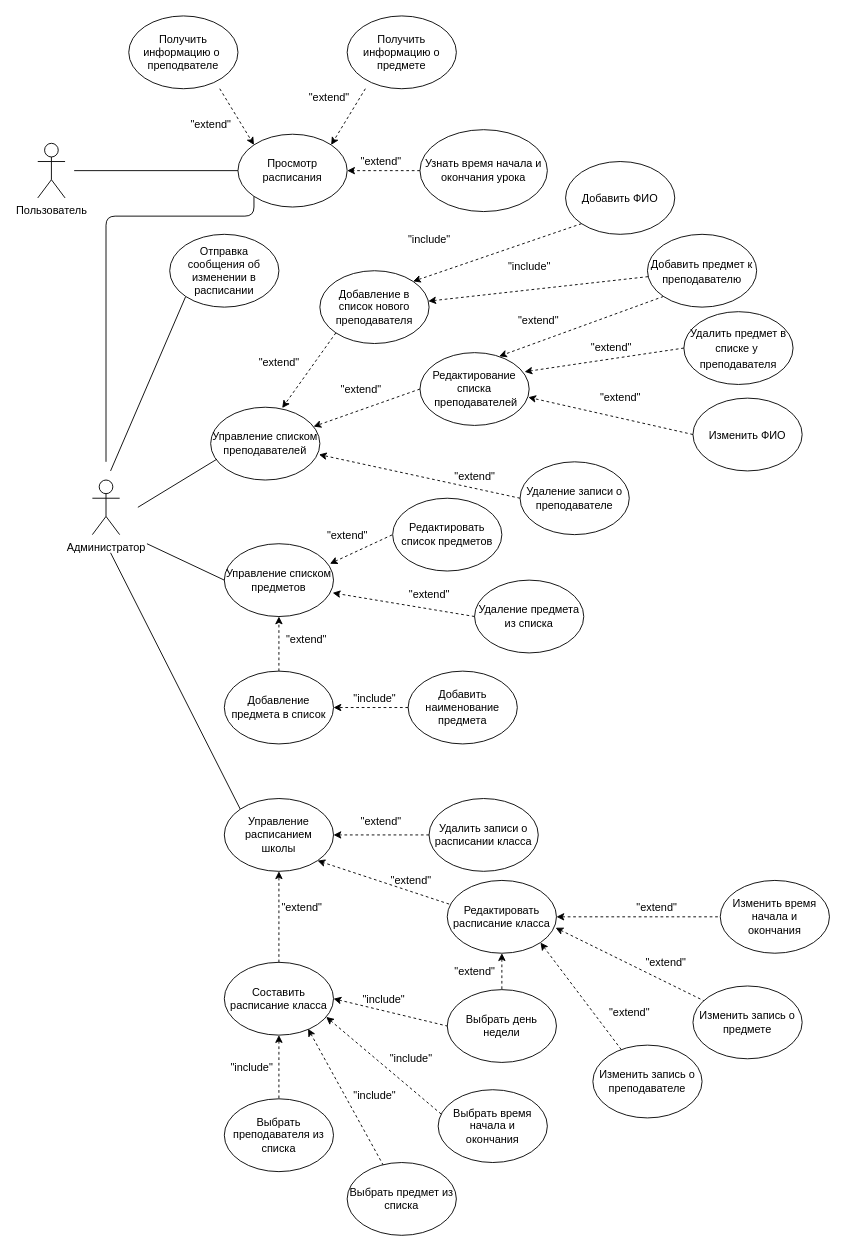
D-Black-N/TRPS keeps this draw.io diagram as диаграмма_вариантов_использования.drawio. Above is the earlier version. Source tidied: cells renumbered, new cells numbered last; positions are measured from the earlier drawing's top-left corner, leaving out a move shared by most shapes. Both pictures are drawn from the tidied source at 91%, with x=0, y=0 at pixel (37, 15).
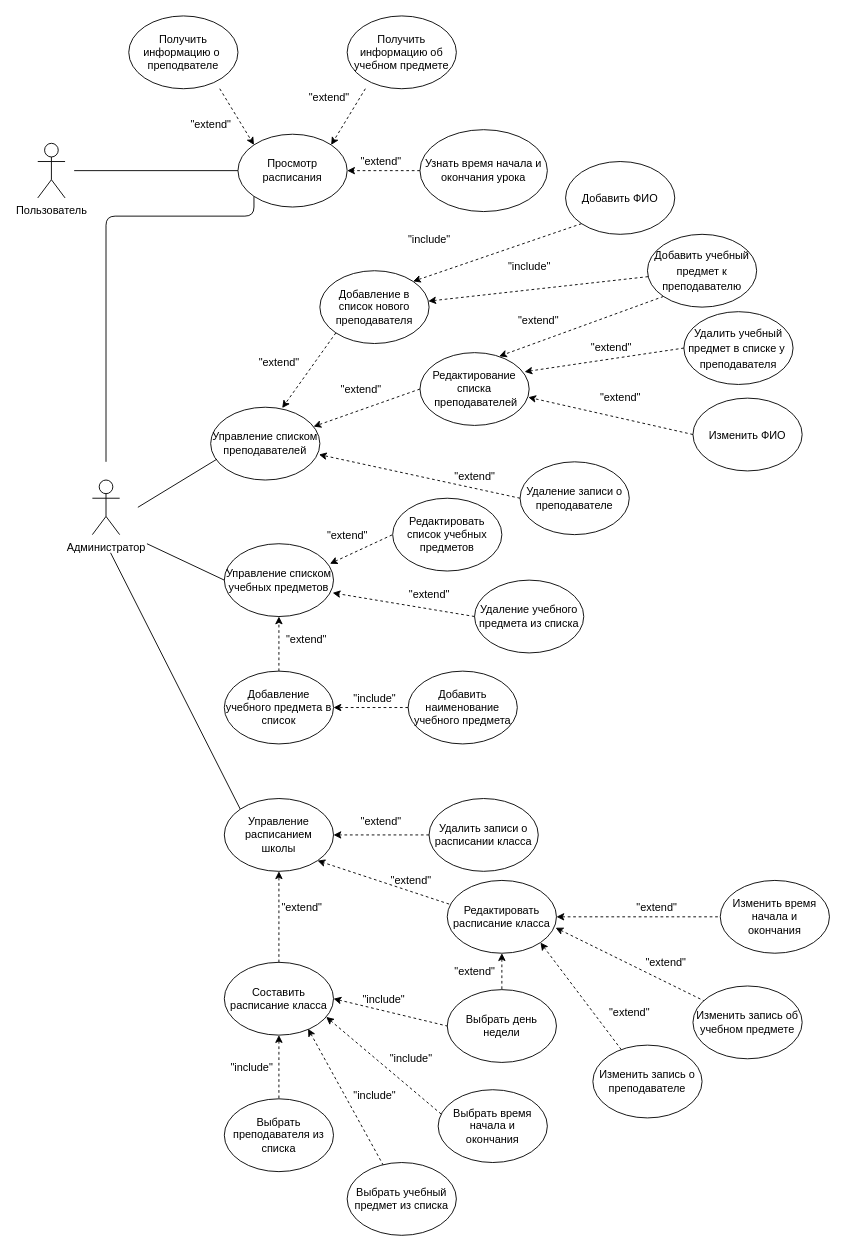
The same page after the edit.

Diff of the diagram source:
```diff
@@
-    <mxCell id="7" value="Получить информацию о предмете" style="ellipse;whiteSpace=wrap;html=1;strokeWidth=1;" parent="1" vertex="1">
+    <mxCell id="7" value="Получить информацию об учебном предмете" style="ellipse;whiteSpace=wrap;html=1;strokeWidth=1;" parent="1" vertex="1">
       <mxGeometry x="340" width="120" height="80" as="geometry" />
     </mxCell>
@@
-    <mxCell id="12" style="endArrow=none;html=1;strokeWidth=1;exitX=0;exitY=1;exitDx=0;exitDy=0;rounded=1;" parent="1" edge="1" source="13">
-      <mxGeometry relative="1" as="geometry">
-        <mxPoint x="80" y="500" as="targetPoint" />
-      </mxGeometry>
-    </mxCell>
-    <mxCell id="13" value="Отправка сообщения об изменении в расписании" style="ellipse;whiteSpace=wrap;html=1;strokeWidth=1;" parent="1" vertex="1">
-      <mxGeometry x="145" y="240" width="120" height="80" as="geometry" />
-    </mxCell>
@@
-    <mxCell id="17" value="&lt;font style=&quot;font-size: 12px&quot;&gt;Добавить предмет к преподавателю&lt;/font&gt;" style="ellipse;whiteSpace=wrap;html=1;fontFamily=Helvetica;fontSize=14;strokeWidth=1;" parent="1" vertex="1">
+    <mxCell id="17" value="&lt;font style=&quot;font-size: 12px&quot;&gt;Добавить учебный предмет к преподавателю&lt;/font&gt;" style="ellipse;whiteSpace=wrap;html=1;fontFamily=Helvetica;fontSize=14;strokeWidth=1;" parent="1" vertex="1">
       <mxGeometry x="670" y="240" width="120" height="80" as="geometry" />
     </mxCell>
@@
-    <mxCell id="22" value="Управление списком предметов" style="ellipse;whiteSpace=wrap;html=1;fontFamily=Helvetica;fontSize=12;strokeWidth=1;" parent="1" vertex="1">
+    <mxCell id="22" value="Управление списком учебных предметов" style="ellipse;whiteSpace=wrap;html=1;fontFamily=Helvetica;fontSize=12;strokeWidth=1;" parent="1" vertex="1">
       <mxGeometry x="205" y="580" width="120" height="80" as="geometry" />
     </mxCell>
@@
-    <mxCell id="24" value="Добавление предмета в список" style="ellipse;whiteSpace=wrap;html=1;fontFamily=Helvetica;fontSize=12;strokeWidth=1;" parent="1" vertex="1">
+    <mxCell id="24" value="Добавление учебного предмета в список" style="ellipse;whiteSpace=wrap;html=1;fontFamily=Helvetica;fontSize=12;strokeWidth=1;" parent="1" vertex="1">
       <mxGeometry x="205" y="720" width="120" height="80" as="geometry" />
     </mxCell>
@@
-    <mxCell id="30" value="Редактировать список предметов" style="ellipse;whiteSpace=wrap;html=1;fontFamily=Helvetica;fontSize=12;strokeWidth=1;" parent="1" vertex="1">
+    <mxCell id="30" value="Редактировать список учебных предметов" style="ellipse;whiteSpace=wrap;html=1;fontFamily=Helvetica;fontSize=12;strokeWidth=1;" parent="1" vertex="1">
       <mxGeometry x="390" y="530" width="120" height="80" as="geometry" />
     </mxCell>
-    <mxCell id="31" value="Удаление предмета из списка" style="ellipse;whiteSpace=wrap;html=1;fontFamily=Helvetica;fontSize=12;strokeWidth=1;" parent="1" vertex="1">
+    <mxCell id="31" value="Удаление учебного предмета из списка" style="ellipse;whiteSpace=wrap;html=1;fontFamily=Helvetica;fontSize=12;strokeWidth=1;" parent="1" vertex="1">
       <mxGeometry x="480" y="620" width="120" height="80" as="geometry" />
     </mxCell>
@@
-    <mxCell id="40" value="&lt;font style=&quot;font-size: 12px&quot;&gt;Удалить предмет в списке у&amp;nbsp; преподавателя&lt;/font&gt;" style="ellipse;whiteSpace=wrap;html=1;fontFamily=Helvetica;fontSize=14;strokeWidth=1;" parent="1" vertex="1">
+    <mxCell id="40" value="&lt;font style=&quot;font-size: 12px&quot;&gt;Удалить учебный предмет в списке у&amp;nbsp; преподавателя&lt;/font&gt;" style="ellipse;whiteSpace=wrap;html=1;fontFamily=Helvetica;fontSize=14;strokeWidth=1;" parent="1" vertex="1">
       <mxGeometry x="710" y="325" width="120" height="80" as="geometry" />
     </mxCell>
@@
-    <mxCell id="50" value="Добавить наименование предмета" style="ellipse;whiteSpace=wrap;html=1;fontFamily=Helvetica;fontSize=12;strokeWidth=1;" parent="1" vertex="1">
+    <mxCell id="50" value="Добавить наименование учебного предмета" style="ellipse;whiteSpace=wrap;html=1;fontFamily=Helvetica;fontSize=12;strokeWidth=1;" parent="1" vertex="1">
       <mxGeometry x="407" y="720" width="120" height="80" as="geometry" />
     </mxCell>
@@
-    <mxCell id="56" value="Выбрать предмет из списка" style="ellipse;whiteSpace=wrap;html=1;strokeWidth=1;" parent="1" vertex="1">
+    <mxCell id="56" value="Выбрать учебный предмет из списка" style="ellipse;whiteSpace=wrap;html=1;strokeWidth=1;" parent="1" vertex="1">
       <mxGeometry x="340" y="1260" width="120" height="80" as="geometry" />
     </mxCell>
@@
-    <mxCell id="78" value="Изменить запись о предмете" style="ellipse;whiteSpace=wrap;html=1;strokeWidth=1;" parent="1" vertex="1">
+    <mxCell id="78" value="Изменить запись об учебном предмете" style="ellipse;whiteSpace=wrap;html=1;strokeWidth=1;" parent="1" vertex="1">
       <mxGeometry x="720" y="1066" width="120" height="80" as="geometry" />
     </mxCell>
```
